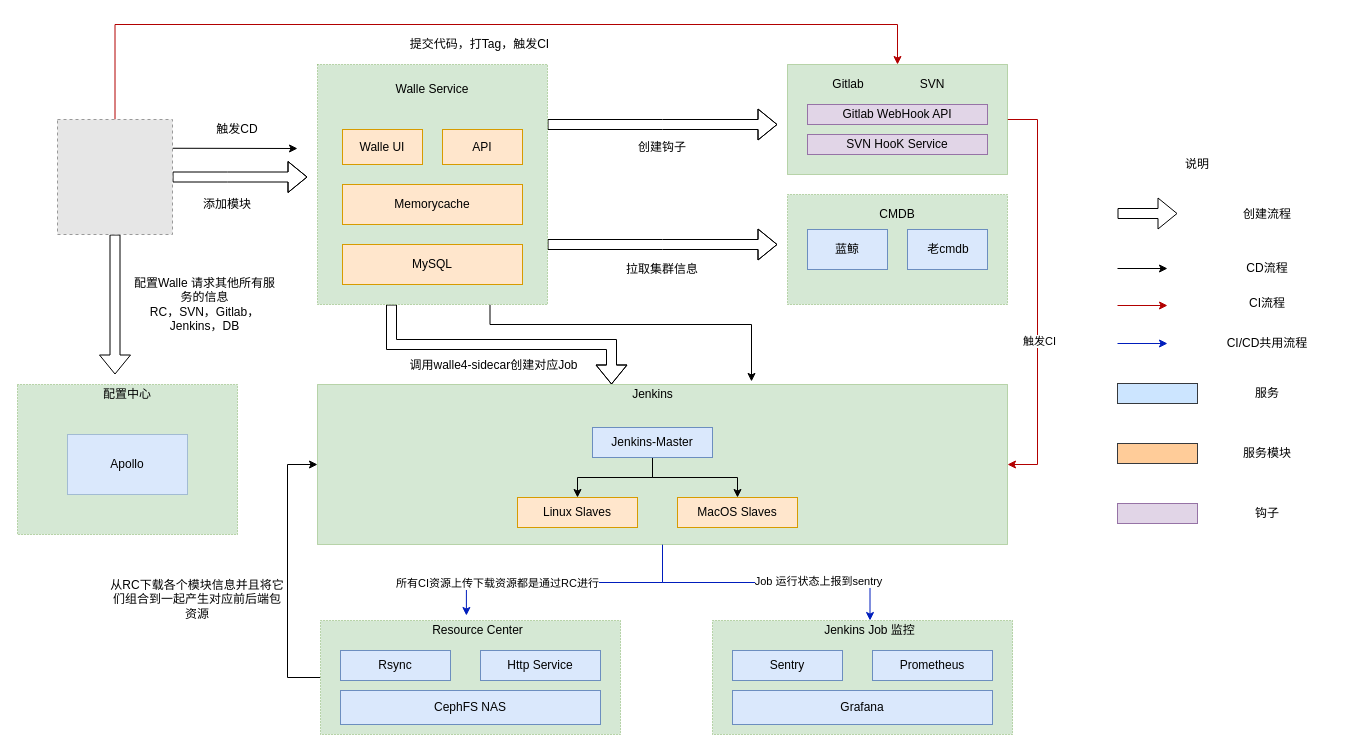
Armand-zsh/huashan keeps this draw.io diagram as Untitled Diagram.drawio. Above is the earlier version. Source tidied: cells renumbered, new cells numbered last; positions are measured from the earlier drawing's top-left corner, leaving out a move shared by most shapes. Both pictures are drawn from the tidied source at 100%, with x=0, y=0 at pixel (17, 24). Pictures stored in the file or linked from it are replaced by grey dashed boxes.
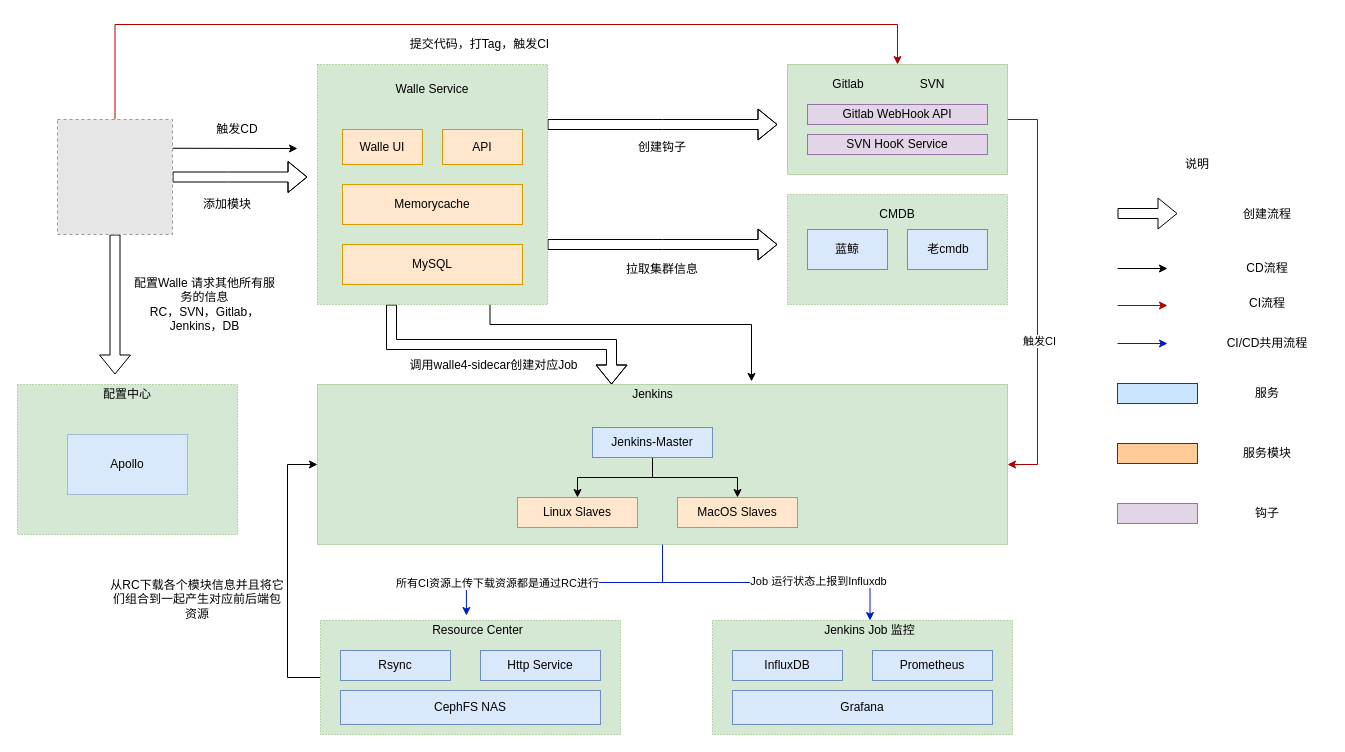
After the change.

Unchanged cells that the change refers to:
```xml
<mxCell id="23" style="edgeStyle=orthogonalEdgeStyle;rounded=0;jettySize=auto;html=1;exitX=0.5;exitY=1;exitDx=0;exitDy=0;entryX=0.5;entryY=0;entryDx=0;entryDy=0;fillColor=#0050ef;strokeColor=#001DBC;" parent="1" edge="1" source="25" target="56">
  <mxGeometry relative="1" as="geometry" />
</mxCell>
```

Change to the diagram source:
```diff
@@
-    <mxCell id="24" value="Job 运行状态上报到sentry" style="edgeLabel;html=1;align=center;verticalAlign=middle;" parent="23" vertex="1">
+    <mxCell id="24" value="Job 运行状态上报到Influxdb" style="edgeLabel;html=1;align=center;verticalAlign=middle;" parent="23" vertex="1">
       <mxGeometry x="0.36" y="2" relative="1" as="geometry" />
     </mxCell>
@@
-    <mxCell id="58" value="Sentry" style="rounded=0;whiteSpace=wrap;html=1;fillColor=#dae8fc;strokeColor=#6c8ebf;" parent="1" vertex="1">
+    <mxCell id="58" value="InfluxDB" style="rounded=0;whiteSpace=wrap;html=1;fillColor=#dae8fc;strokeColor=#6c8ebf;" parent="1" vertex="1">
       <mxGeometry x="715" y="626" width="110" height="30" as="geometry" />
     </mxCell>
```
